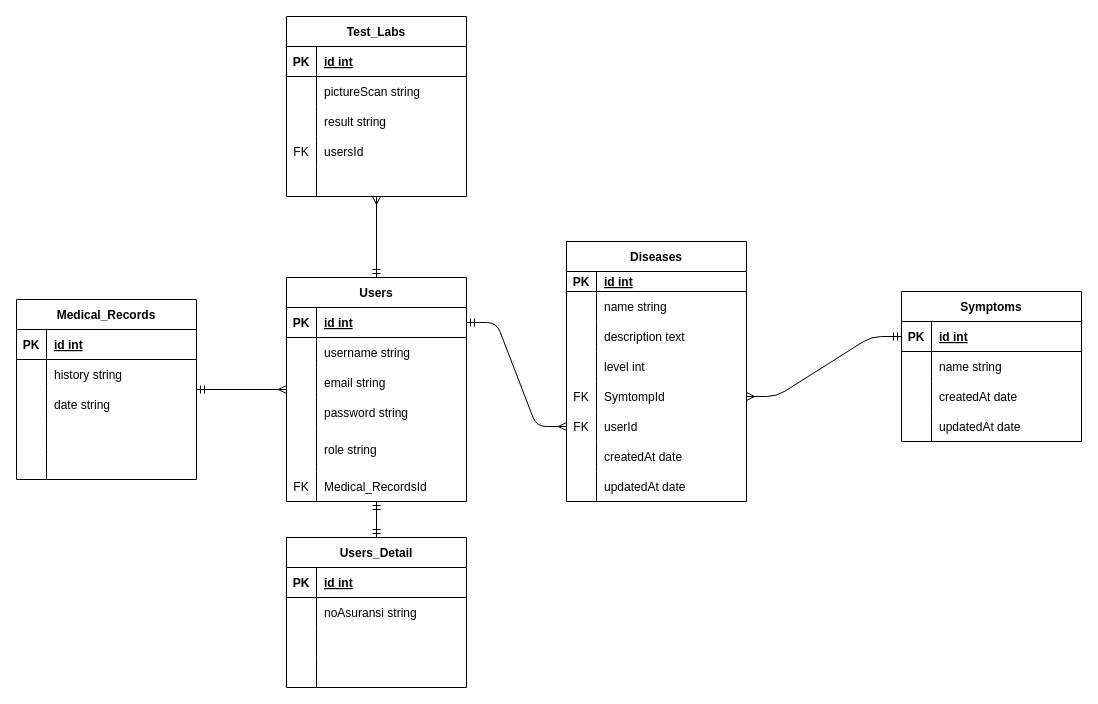
yehezkielt/phase1project keeps this draw.io diagram as ERD.drawio. Above is the earlier version. Source tidied: cells renumbered, new cells numbered last; positions are measured from the earlier drawing's top-left corner, leaving out a move shared by most shapes. Both pictures are drawn from the tidied source at 100%, with x=0, y=0 at pixel (16, 16).
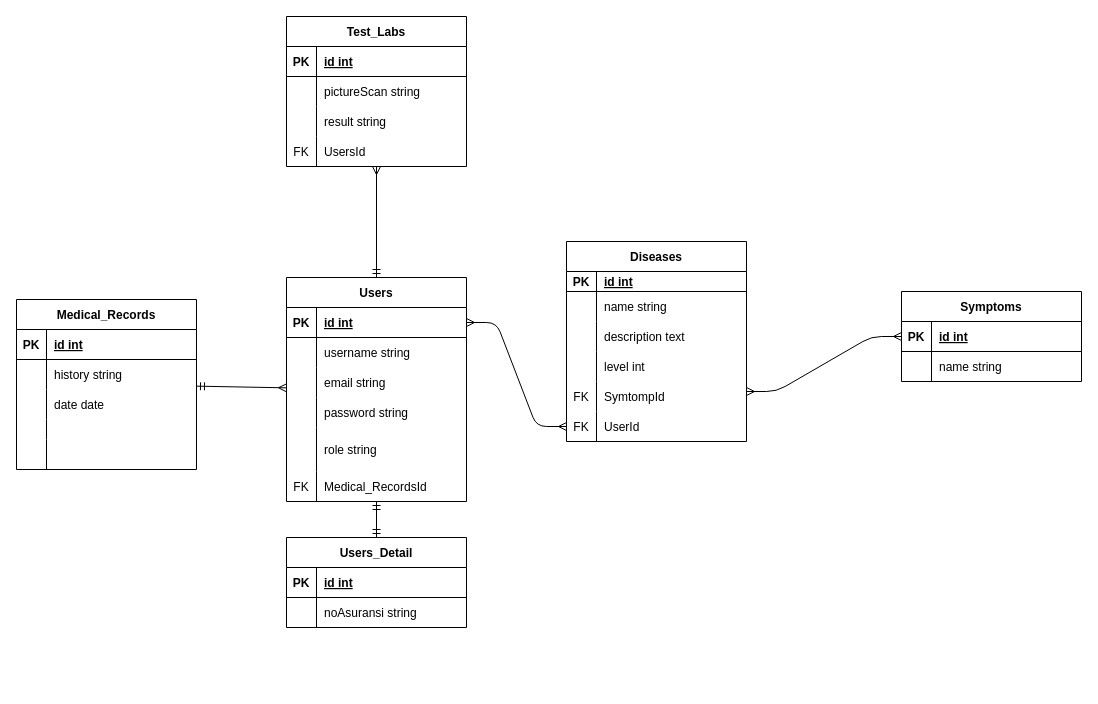
Above is the later version.

The change refers to these unchanged cells:
```xml
<mxCell id="6" style="shape=tableRow;horizontal=0;startSize=0;swimlaneHead=0;swimlaneBody=0;fillColor=none;points=[[0,0.5],[1,0.5]];portConstraint=eastwest;top=0;left=0;right=0;bottom=1;" parent="5" vertex="1">
  <mxGeometry y="30" width="180" height="30" as="geometry" />
</mxCell>
<mxCell id="37" style="shape=tableRow;horizontal=0;startSize=0;swimlaneHead=0;swimlaneBody=0;fillColor=none;points=[[0,0.5],[1,0.5]];portConstraint=eastwest;top=0;left=0;right=0;bottom=0;" parent="24" vertex="1">
  <mxGeometry y="140" width="180" height="30" as="geometry" />
</mxCell>
<mxCell id="40" style="shape=tableRow;horizontal=0;startSize=0;swimlaneHead=0;swimlaneBody=0;fillColor=none;points=[[0,0.5],[1,0.5]];portConstraint=eastwest;top=0;left=0;right=0;bottom=0;" parent="24" vertex="1">
  <mxGeometry y="170" width="180" height="30" as="geometry" />
</mxCell>
<mxCell id="50" style="shape=tableRow;horizontal=0;startSize=0;swimlaneHead=0;swimlaneBody=0;fillColor=none;points=[[0,0.5],[1,0.5]];portConstraint=eastwest;top=0;left=0;right=0;bottom=1;" parent="49" vertex="1">
  <mxGeometry y="30" width="180" height="30" as="geometry" />
</mxCell>
<mxCell id="71" style="shape=tableRow;horizontal=0;startSize=0;swimlaneHead=0;swimlaneBody=0;fillColor=none;top=0;left=0;right=0;bottom=0;" parent="64" vertex="1">
  <mxGeometry y="90" width="180" height="30" as="geometry" />
</mxCell>
<mxCell id="90" style="shape=tableRow;horizontal=0;startSize=0;swimlaneHead=0;swimlaneBody=0;fillColor=none;top=0;left=0;right=0;bottom=0;" parent="80" vertex="1">
  <mxGeometry y="120" width="180" height="30" as="geometry" />
</mxCell>
```

Diff of the diagram source:
```diff
@@
     <mxCell id="24" value="Diseases" style="shape=table;startSize=30;childLayout=tableLayout;rowLines=0;fontStyle=1;align=center;" parent="1" vertex="1">
-      <mxGeometry x="550" y="225" width="180" height="260" as="geometry" />
+      <mxGeometry x="550" y="225" width="180" height="200" as="geometry" />
     </mxCell>
@@
-    <mxCell id="42" value="userId" style="shape=partialRectangle;fillColor=none;top=0;left=0;bottom=0;right=0;align=left;spacingLeft=6;overflow=hidden;" parent="40" vertex="1">
+    <mxCell id="42" value="UserId" style="shape=partialRectangle;fillColor=none;top=0;left=0;bottom=0;right=0;align=left;spacingLeft=6;overflow=hidden;" parent="40" vertex="1">
       <mxGeometry x="30" width="150" height="30" as="geometry" />
     </mxCell>
-    <mxCell id="43" style="shape=tableRow;horizontal=0;startSize=0;swimlaneHead=0;swimlaneBody=0;fillColor=none;top=0;left=0;right=0;bottom=0;" parent="24" vertex="1">
-      <mxGeometry y="200" width="180" height="30" as="geometry" />
-    </mxCell>
-    <mxCell id="44" style="shape=partialRectangle;fillColor=none;top=0;left=0;bottom=0;right=0;overflow=hidden;" parent="43" vertex="1">
-      <mxGeometry width="30" height="30" as="geometry" />
-    </mxCell>
-    <mxCell id="45" value="createdAt date" style="shape=partialRectangle;fillColor=none;top=0;left=0;bottom=0;right=0;align=left;spacingLeft=6;overflow=hidden;" parent="43" vertex="1">
-      <mxGeometry x="30" width="150" height="30" as="geometry" />
-    </mxCell>
-    <mxCell id="46" style="shape=tableRow;horizontal=0;startSize=0;swimlaneHead=0;swimlaneBody=0;fillColor=none;top=0;left=0;right=0;bottom=0;" parent="24" vertex="1">
-      <mxGeometry y="230" width="180" height="30" as="geometry" />
-    </mxCell>
-    <mxCell id="47" style="shape=partialRectangle;fillColor=none;top=0;left=0;bottom=0;right=0;overflow=hidden;" parent="46" vertex="1">
-      <mxGeometry width="30" height="30" as="geometry" />
-    </mxCell>
-    <mxCell id="48" value="updatedAt date" style="shape=partialRectangle;fillColor=none;top=0;left=0;bottom=0;right=0;align=left;spacingLeft=6;overflow=hidden;" parent="46" vertex="1">
-      <mxGeometry x="30" width="150" height="30" as="geometry" />
-    </mxCell>
     <mxCell id="49" value="Symptoms" style="shape=table;startSize=30;childLayout=tableLayout;rowLines=0;fontStyle=1;align=center;" parent="1" vertex="1">
-      <mxGeometry x="885" y="275" width="180" height="150" as="geometry" />
+      <mxGeometry x="885" y="275" width="180" height="90" as="geometry" />
     </mxCell>
@@
-    <mxCell id="56" style="shape=tableRow;horizontal=0;startSize=0;swimlaneHead=0;swimlaneBody=0;fillColor=none;top=0;left=0;right=0;bottom=0;" parent="49" vertex="1">
-      <mxGeometry y="90" width="180" height="30" as="geometry" />
-    </mxCell>
-    <mxCell id="57" style="shape=partialRectangle;fillColor=none;top=0;left=0;bottom=0;right=0;overflow=hidden;" parent="56" vertex="1">
-      <mxGeometry width="30" height="30" as="geometry" />
-    </mxCell>
-    <mxCell id="58" value="createdAt date" style="shape=partialRectangle;fillColor=none;top=0;left=0;bottom=0;right=0;align=left;spacingLeft=6;overflow=hidden;" parent="56" vertex="1">
-      <mxGeometry x="30" width="150" height="30" as="geometry" />
-    </mxCell>
-    <mxCell id="59" style="shape=tableRow;horizontal=0;startSize=0;swimlaneHead=0;swimlaneBody=0;fillColor=none;top=0;left=0;right=0;bottom=0;" parent="49" vertex="1">
-      <mxGeometry y="120" width="180" height="30" as="geometry" />
-    </mxCell>
-    <mxCell id="60" style="shape=partialRectangle;fillColor=none;top=0;left=0;bottom=0;right=0;overflow=hidden;" parent="59" vertex="1">
-      <mxGeometry width="30" height="30" as="geometry" />
-    </mxCell>
-    <mxCell id="61" value="updatedAt date" style="shape=partialRectangle;fillColor=none;top=0;left=0;bottom=0;right=0;align=left;spacingLeft=6;overflow=hidden;" parent="59" vertex="1">
-      <mxGeometry x="30" width="150" height="30" as="geometry" />
-    </mxCell>
-    <mxCell id="62" style="edgeStyle=entityRelationEdgeStyle;fontSize=12;html=1;endArrow=ERmany;startArrow=ERmandOne;entryX=0;entryY=0.5;entryDx=0;entryDy=0;exitX=1;exitY=0.5;exitDx=0;exitDy=0;startFill=0;" parent="1" edge="1" source="6" target="40">
-      <mxGeometry relative="1" as="geometry" />
-    </mxCell>
-    <mxCell id="63" style="edgeStyle=entityRelationEdgeStyle;fontSize=12;html=1;endArrow=ERmandOne;startArrow=ERmany;entryX=0;entryY=0.5;entryDx=0;entryDy=0;exitX=1;exitY=0.5;exitDx=0;exitDy=0;endFill=0;" parent="1" edge="1" source="37" target="50">
-      <mxGeometry relative="1" as="geometry" />
-    </mxCell>
     <mxCell id="64" value="Medical_Records" style="shape=table;startSize=30;childLayout=tableLayout;rowLines=0;fontStyle=1;align=center;" parent="1" vertex="1">
-      <mxGeometry y="283" width="180" height="180" as="geometry" />
+      <mxGeometry y="283" width="180" height="170" as="geometry" />
     </mxCell>
@@
-    <mxCell id="73" value="date string" style="shape=partialRectangle;fillColor=none;top=0;left=0;bottom=0;right=0;align=left;spacingLeft=6;overflow=hidden;" parent="71" vertex="1">
+    <mxCell id="73" value="date date" style="shape=partialRectangle;fillColor=none;top=0;left=0;bottom=0;right=0;align=left;spacingLeft=6;overflow=hidden;" parent="71" vertex="1">
       <mxGeometry x="30" width="150" height="30" as="geometry" />
     </mxCell>
     <mxCell id="74" style="shape=tableRow;horizontal=0;startSize=0;swimlaneHead=0;swimlaneBody=0;fillColor=none;top=0;left=0;right=0;bottom=0;" parent="64" vertex="1">
-      <mxGeometry y="120" width="180" height="30" as="geometry" />
+      <mxGeometry y="120" width="180" height="20" as="geometry" />
     </mxCell>
     <mxCell id="75" style="shape=partialRectangle;fillColor=none;top=0;left=0;bottom=0;right=0;overflow=hidden;" parent="74" vertex="1">
-      <mxGeometry width="30" height="30" as="geometry" />
+      <mxGeometry width="30" height="20" as="geometry" />
     </mxCell>
     <mxCell id="76" style="shape=partialRectangle;fillColor=none;top=0;left=0;bottom=0;right=0;align=left;spacingLeft=6;overflow=hidden;" parent="74" vertex="1">
-      <mxGeometry x="30" width="150" height="30" as="geometry" />
+      <mxGeometry x="30" width="150" height="20" as="geometry" />
     </mxCell>
     <mxCell id="77" style="shape=tableRow;horizontal=0;startSize=0;swimlaneHead=0;swimlaneBody=0;fillColor=none;top=0;left=0;right=0;bottom=0;" parent="64" vertex="1">
-      <mxGeometry y="150" width="180" height="30" as="geometry" />
+      <mxGeometry y="140" width="180" height="30" as="geometry" />
     </mxCell>
@@
     <mxCell id="80" value="Test_Labs" style="shape=table;startSize=30;childLayout=tableLayout;rowLines=0;fontStyle=1;align=center;" parent="1" vertex="1">
-      <mxGeometry x="270" width="180" height="180" as="geometry" />
+      <mxGeometry x="270" width="180" height="150" as="geometry" />
     </mxCell>
@@
-    <mxCell id="92" value="usersId" style="shape=partialRectangle;fillColor=none;top=0;left=0;bottom=0;right=0;align=left;spacingLeft=6;overflow=hidden;" parent="90" vertex="1">
+    <mxCell id="92" value="UsersId" style="shape=partialRectangle;fillColor=none;top=0;left=0;bottom=0;right=0;align=left;spacingLeft=6;overflow=hidden;" parent="90" vertex="1">
       <mxGeometry x="30" width="150" height="30" as="geometry" />
     </mxCell>
-    <mxCell id="93" style="shape=tableRow;horizontal=0;startSize=0;swimlaneHead=0;swimlaneBody=0;fillColor=none;top=0;left=0;right=0;bottom=0;" parent="80" vertex="1">
-      <mxGeometry y="150" width="180" height="30" as="geometry" />
-    </mxCell>
-    <mxCell id="94" style="shape=partialRectangle;fillColor=none;top=0;left=0;bottom=0;right=0;overflow=hidden;" parent="93" vertex="1">
-      <mxGeometry width="30" height="30" as="geometry" />
-    </mxCell>
-    <mxCell id="95" style="shape=partialRectangle;fillColor=none;top=0;left=0;bottom=0;right=0;align=left;spacingLeft=6;overflow=hidden;" parent="93" vertex="1">
-      <mxGeometry x="30" width="150" height="30" as="geometry" />
-    </mxCell>
     <mxCell id="96" value="Users_Detail" style="shape=table;startSize=30;childLayout=tableLayout;rowLines=0;fontStyle=1;align=center;" parent="1" vertex="1">
-      <mxGeometry x="270" y="521" width="180" height="150" as="geometry" />
+      <mxGeometry x="270" y="521" width="180" height="90" as="geometry" />
     </mxCell>
@@
-    <mxCell id="103" style="shape=tableRow;horizontal=0;startSize=0;swimlaneHead=0;swimlaneBody=0;fillColor=none;top=0;left=0;right=0;bottom=0;" parent="96" vertex="1">
-      <mxGeometry y="90" width="180" height="30" as="geometry" />
-    </mxCell>
-    <mxCell id="104" style="shape=partialRectangle;fillColor=none;top=0;left=0;bottom=0;right=0;overflow=hidden;" parent="103" vertex="1">
-      <mxGeometry width="30" height="30" as="geometry" />
-    </mxCell>
-    <mxCell id="105" style="shape=partialRectangle;fillColor=none;top=0;left=0;bottom=0;right=0;align=left;spacingLeft=6;overflow=hidden;" parent="103" vertex="1">
-      <mxGeometry x="30" width="150" height="30" as="geometry" />
-    </mxCell>
-    <mxCell id="106" style="shape=tableRow;horizontal=0;startSize=0;swimlaneHead=0;swimlaneBody=0;fillColor=none;top=0;left=0;right=0;bottom=0;" parent="96" vertex="1">
-      <mxGeometry y="120" width="180" height="30" as="geometry" />
-    </mxCell>
-    <mxCell id="107" style="shape=partialRectangle;fillColor=none;top=0;left=0;bottom=0;right=0;overflow=hidden;" parent="106" vertex="1">
-      <mxGeometry width="30" height="30" as="geometry" />
-    </mxCell>
-    <mxCell id="108" style="shape=partialRectangle;fillColor=none;top=0;left=0;bottom=0;right=0;align=left;spacingLeft=6;overflow=hidden;" parent="106" vertex="1">
-      <mxGeometry x="30" width="150" height="30" as="geometry" />
-    </mxCell>
+    <mxCell id="109" style="edgeStyle=entityRelationEdgeStyle;fontSize=12;html=1;endArrow=ERmany;startArrow=ERmany;entryX=0;entryY=0.5;entryDx=0;entryDy=0;" parent="1" edge="1" target="50">
+      <mxGeometry relative="1" as="geometry">
+        <mxPoint x="730" y="375" as="sourcePoint" />
+      </mxGeometry>
+    </mxCell>
+    <mxCell id="62" style="edgeStyle=entityRelationEdgeStyle;fontSize=12;html=1;endArrow=ERmany;startArrow=ERmany;exitX=1;exitY=0.5;exitDx=0;exitDy=0;entryX=0;entryY=0.5;entryDx=0;entryDy=0;" parent="1" edge="1" source="6" target="40">
+      <mxGeometry relative="1" as="geometry" />
+    </mxCell>
```
